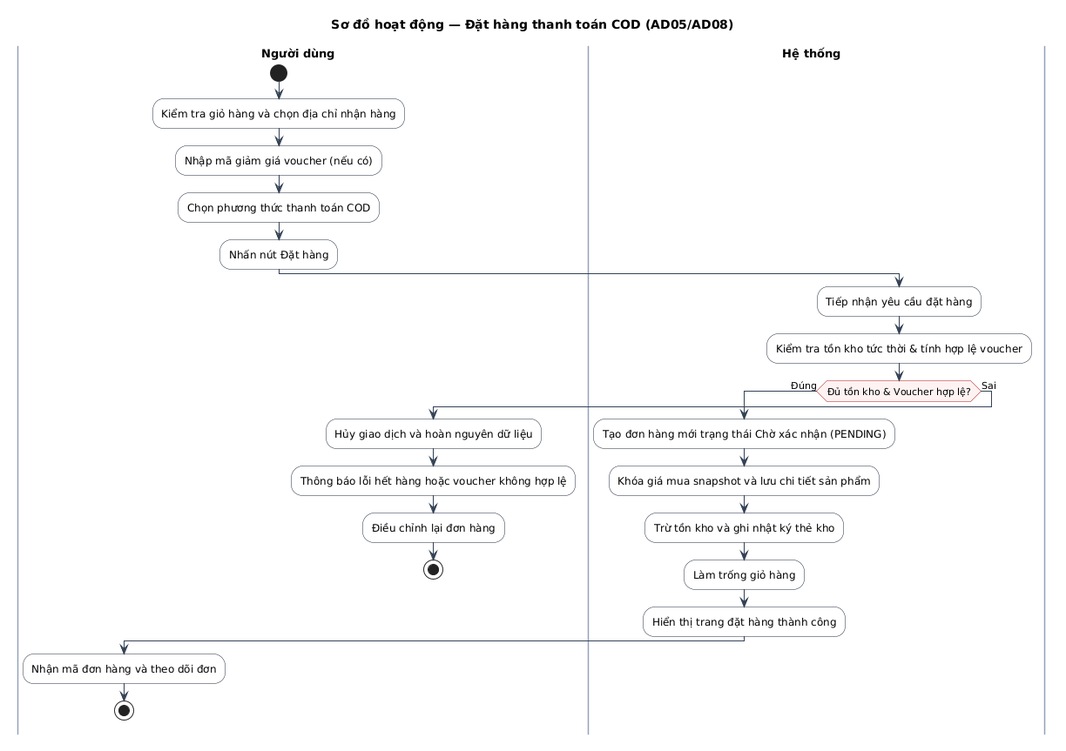
Earlier version of the PlantUML export docs/diagrams/activity/AD05_DAT_HANG_COD.png (dungtttd01702-coder/vamos-store). The source it was exported from:
```plantuml
@startuml
title Sơ đồ hoạt động — Đặt hàng thanh toán COD (AD05/AD08)

skinparam defaultFontName "Arial"
skinparam defaultFontSize 12
skinparam ActivityFontSize 12
skinparam ActivityBorderColor #1e293b
skinparam ActivityBackgroundColor #ffffff
skinparam ActivityDiamondBorderColor #b91c1c
skinparam ActivityDiamondBackgroundColor #fef2f2
skinparam ActivityDiamondFontSize 11
skinparam ArrowColor #334155
skinparam ArrowFontSize 11
skinparam SwimlaneTitleFontSize 13
skinparam SwimlaneTitleFontStyle bold
skinparam SwimlaneBorderColor #94a3b8
skinparam SwimlaneWidth same

|Người dùng|
start
:Kiểm tra giỏ hàng và chọn địa chỉ nhận hàng;
:Nhập mã giảm giá voucher (nếu có);
:Chọn phương thức thanh toán COD;
:Nhấn nút Đặt hàng;

|Hệ thống|
:Tiếp nhận yêu cầu đặt hàng;
:Kiểm tra tồn kho tức thời & tính hợp lệ voucher;
if (Đủ tồn kho & Voucher hợp lệ?) then (Đúng)
  :Tạo đơn hàng mới trạng thái Chờ xác nhận (PENDING);
  :Khóa giá mua snapshot và lưu chi tiết sản phẩm;
  :Trừ tồn kho và ghi nhật ký thẻ kho;
  :Làm trống giỏ hàng;
  :Hiển thị trang đặt hàng thành công;
  |Người dùng|
  :Nhận mã đơn hàng và theo dõi đơn;
  stop
else (Sai)
  :Hủy giao dịch và hoàn nguyên dữ liệu;
  :Thông báo lỗi hết hàng hoặc voucher không hợp lệ;
  |Người dùng|
  :Điều chỉnh lại đơn hàng;
  stop
endif
@enduml
```
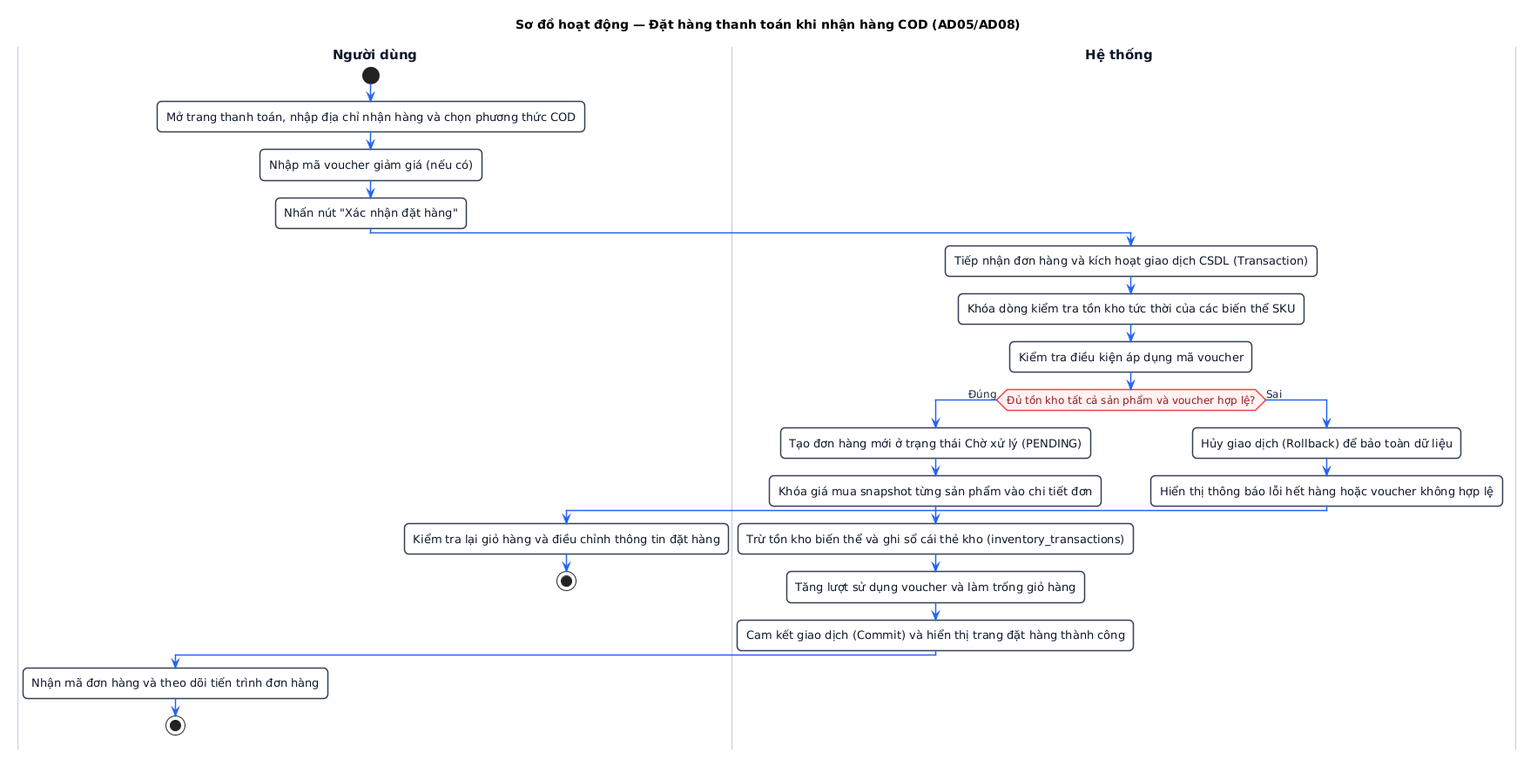
The same diagram one commit later.

The edit, as a diff of the source:
```diff
@@ -1,45 +1,62 @@
 @startuml
-title Sơ đồ hoạt động — Đặt hàng thanh toán COD (AD05/AD08)
+title Sơ đồ hoạt động — Đặt hàng thanh toán khi nhận hàng COD (AD05/AD08)
 
-skinparam defaultFontName "Arial"
-skinparam defaultFontSize 12
-skinparam ActivityFontSize 12
-skinparam ActivityBorderColor #1e293b
+skinparam defaultFontName "Segoe UI, Arial, sans-serif"
+skinparam defaultFontSize 13
+skinparam roundCorner 10
+skinparam shadowing false
+
+skinparam ActivityFontSize 13
+skinparam ActivityFontColor #0f172a
+skinparam ActivityBorderColor #334155
+skinparam ActivityBorderThickness 1.5
 skinparam ActivityBackgroundColor #ffffff
-skinparam ActivityDiamondBorderColor #b91c1c
+
+skinparam ActivityDiamondFontSize 12
+skinparam ActivityDiamondFontColor #991b1b
+skinparam ActivityDiamondBorderColor #ef4444
+skinparam ActivityDiamondBorderThickness 1.5
 skinparam ActivityDiamondBackgroundColor #fef2f2
-skinparam ActivityDiamondFontSize 11
-skinparam ArrowColor #334155
-skinparam ArrowFontSize 11
-skinparam SwimlaneTitleFontSize 13
+
+skinparam ArrowColor #2563eb
+skinparam ArrowFontSize 12
+skinparam ArrowFontColor #1e293b
+skinparam ArrowThickness 1.5
+
+skinparam SwimlaneTitleFontSize 15
 skinparam SwimlaneTitleFontStyle bold
-skinparam SwimlaneBorderColor #94a3b8
-skinparam SwimlaneWidth same
+skinparam SwimlaneTitleFontColor #0f172a
+skinparam SwimlaneBorderColor #cbd5e1
+skinparam SwimlaneBorderThickness 1.5
+skinparam SwimlaneWidth 380
 
 |Người dùng|
 start
-:Kiểm tra giỏ hàng và chọn địa chỉ nhận hàng;
-:Nhập mã giảm giá voucher (nếu có);
-:Chọn phương thức thanh toán COD;
-:Nhấn nút Đặt hàng;
+:Mở trang thanh toán, nhập địa chỉ nhận hàng và chọn phương thức COD;
+:Nhập mã voucher giảm giá (nếu có);
+:Nhấn nút "Xác nhận đặt hàng";
 
 |Hệ thống|
-:Tiếp nhận yêu cầu đặt hàng;
-:Kiểm tra tồn kho tức thời & tính hợp lệ voucher;
-if (Đủ tồn kho & Voucher hợp lệ?) then (Đúng)
-  :Tạo đơn hàng mới trạng thái Chờ xác nhận (PENDING);
-  :Khóa giá mua snapshot và lưu chi tiết sản phẩm;
-  :Trừ tồn kho và ghi nhật ký thẻ kho;
-  :Làm trống giỏ hàng;
-  :Hiển thị trang đặt hàng thành công;
+:Tiếp nhận đơn hàng và kích hoạt giao dịch CSDL (Transaction);
+:Khóa dòng kiểm tra tồn kho tức thời của các biến thể SKU;
+:Kiểm tra điều kiện áp dụng mã voucher;
+
+if (Đủ tồn kho tất cả sản phẩm và voucher hợp lệ?) then (Đúng)
+  |Hệ thống|
+  :Tạo đơn hàng mới ở trạng thái Chờ xử lý (PENDING);
+  :Khóa giá mua snapshot từng sản phẩm vào chi tiết đơn;
+  :Trừ tồn kho biến thể và ghi sổ cái thẻ kho (inventory_transactions);
+  :Tăng lượt sử dụng voucher và làm trống giỏ hàng;
+  :Cam kết giao dịch (Commit) và hiển thị trang đặt hàng thành công;
   |Người dùng|
-  :Nhận mã đơn hàng và theo dõi đơn;
+  :Nhận mã đơn hàng và theo dõi tiến trình đơn hàng;
   stop
 else (Sai)
-  :Hủy giao dịch và hoàn nguyên dữ liệu;
-  :Thông báo lỗi hết hàng hoặc voucher không hợp lệ;
+  |Hệ thống|
+  :Hủy giao dịch (Rollback) để bảo toàn dữ liệu;
+  :Hiển thị thông báo lỗi hết hàng hoặc voucher không hợp lệ;
   |Người dùng|
-  :Điều chỉnh lại đơn hàng;
+  :Kiểm tra lại giỏ hàng và điều chỉnh thông tin đặt hàng;
   stop
 endif
 @enduml
```
